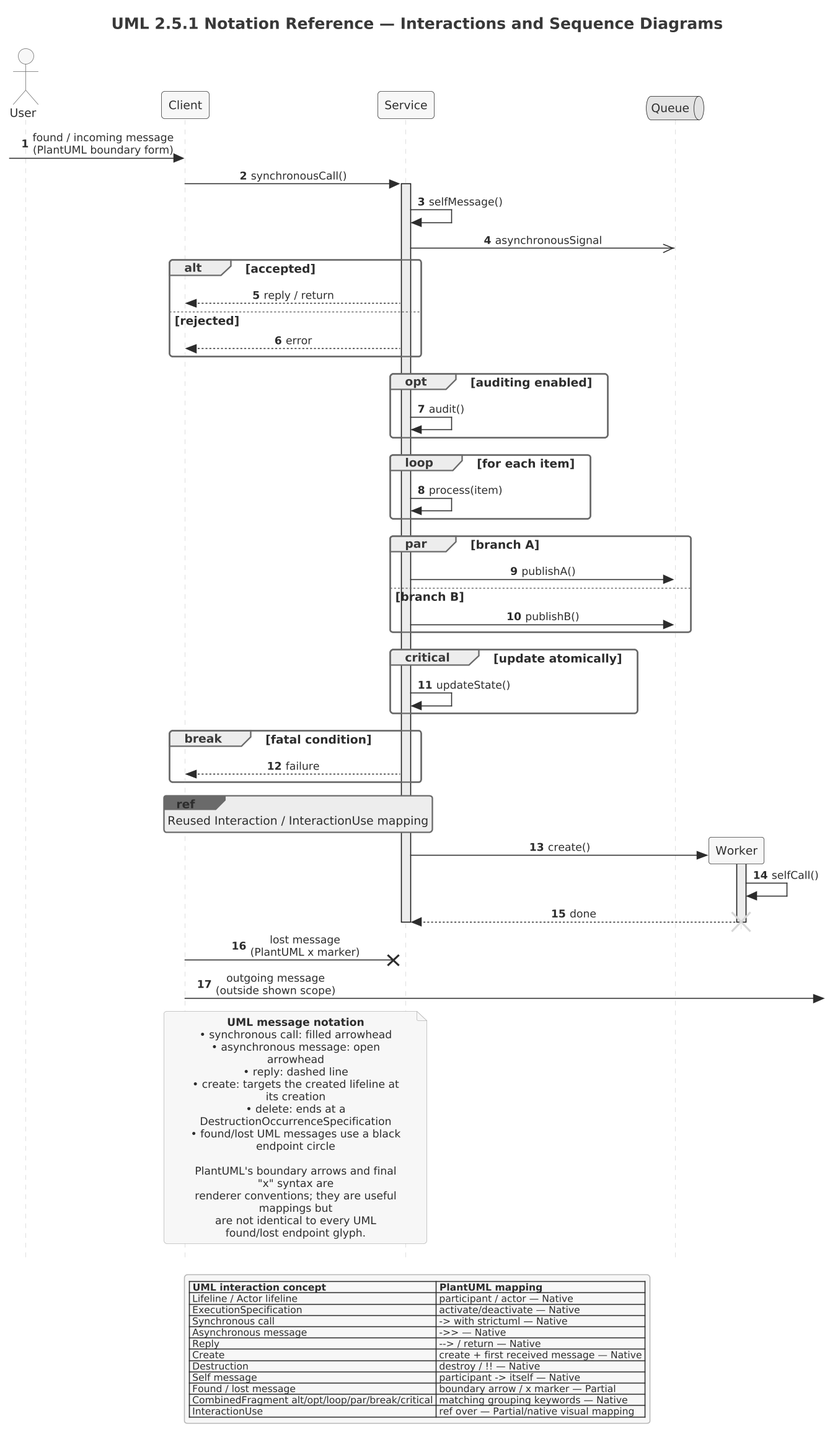
Before: src/architecture/uml/uml-2-5-1-legend/png/08-interactions-sequence.png, a diagram exported from PlantUML (Notoriousjayy/latex-docs). Source of this version:
```plantuml
@startuml

skinparam dpi 150



!include ../../../../tooling/styles/plantuml/interaction/sequence-diagram-style.iuml

title UML 2.5.1 Notation Reference — Interactions and Sequence Diagrams
skinparam monochrome true
skinparam style strictuml
hide footbox

actor User
participant "Client" as Client
participant "Service" as Service
queue "Queue" as Queue

autonumber

[-> Client : found / incoming message\n(PlantUML boundary form)

Client -> Service : synchronousCall()
activate Service

Service -> Service : selfMessage()

Service ->> Queue : asynchronousSignal

alt accepted
  Service --> Client : reply / return
else rejected
  Service --> Client : error
end

opt auditing enabled
  Service -> Service : audit()
end

loop for each item
  Service -> Service : process(item)
end

par branch A
  Service -> Queue : publishA()
else branch B
  Service -> Queue : publishB()
end

critical update atomically
  Service -> Service : updateState()
end

break fatal condition
  Service --> Client : failure
end

ref over Client, Service : Reused Interaction / InteractionUse mapping

create Worker
Service -> Worker : create()
activate Worker
Worker -> Worker : selfCall()
Worker --> Service : done
destroy Worker

deactivate Service

Client ->x Service : lost message\n(PlantUML x marker)
Client ->] : outgoing message\n(outside shown scope)

note over Client,Service
  <b>UML message notation</b>
  • synchronous call: filled arrowhead
  • asynchronous message: open arrowhead
  • reply: dashed line
  • create: targets the created lifeline at its creation
  • delete: ends at a DestructionOccurrenceSpecification
  • found/lost UML messages use a black endpoint circle

  PlantUML's boundary arrows and final "x" syntax are
  renderer conventions; they are useful mappings but
  are not identical to every UML found/lost endpoint glyph.
end note

legend
  |= UML interaction concept |= PlantUML mapping |
  | Lifeline / Actor lifeline | participant / actor — Native |
  | ExecutionSpecification | activate/deactivate — Native |
  | Synchronous call | -> with strictuml — Native |
  | Asynchronous message | ->> — Native |
  | Reply | --> / return — Native |
  | Create | create + first received message — Native |
  | Destruction | destroy / !! — Native |
  | Self message | participant -> itself — Native |
  | Found / lost message | boundary arrow / x marker — Partial |
  | CombinedFragment alt/opt/loop/par/break/critical | matching grouping keywords — Native |
  | InteractionUse | ref over — Partial/native visual mapping |
endlegend
@enduml
```
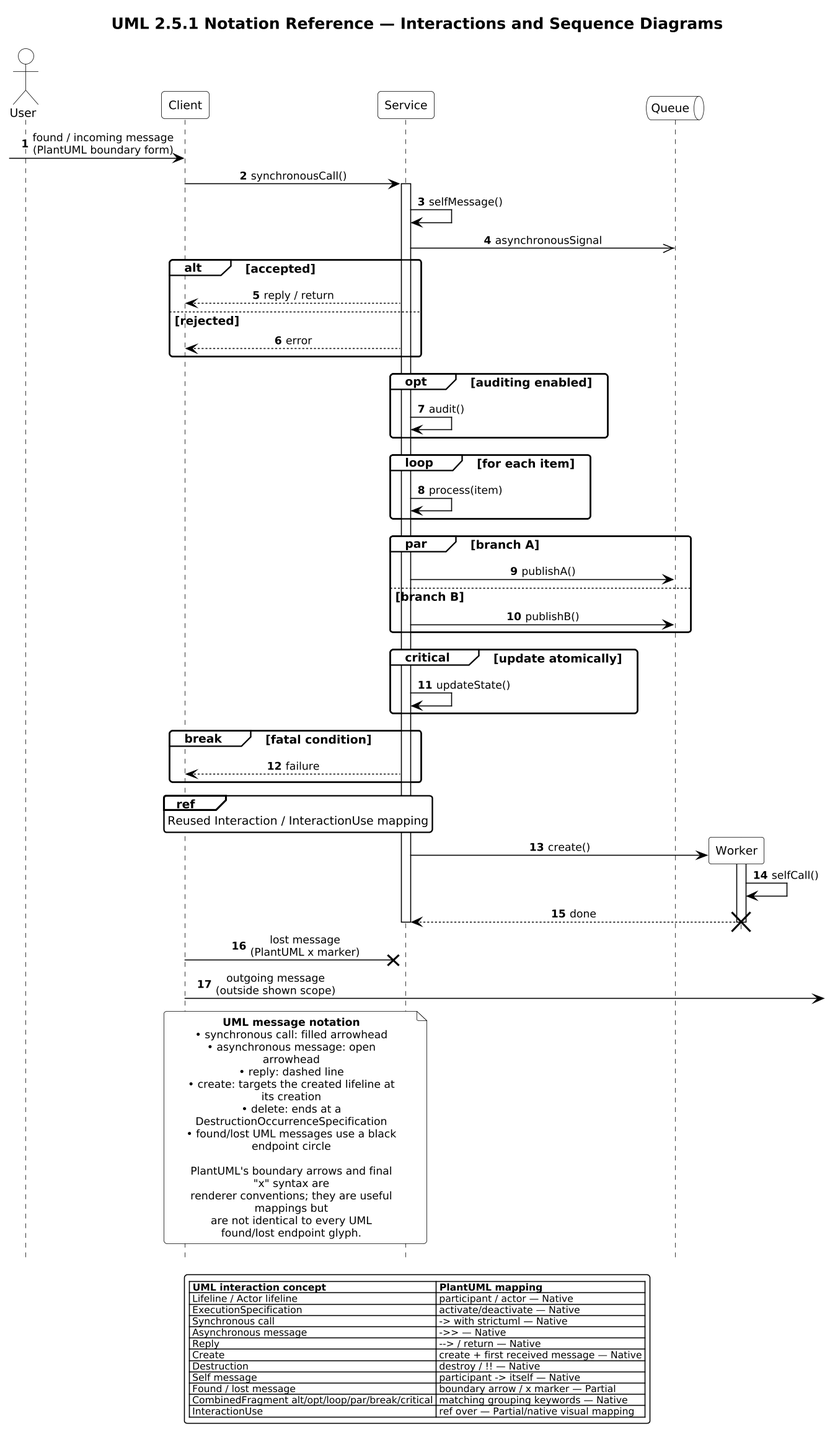
After the commit.

Diff of the diagram source:
```diff
@@ -1,14 +1,13 @@
 @startuml
 
-skinparam dpi 150
+scale 1.5625
 
 
 
 !include ../../../../tooling/styles/plantuml/interaction/sequence-diagram-style.iuml
 
 title UML 2.5.1 Notation Reference — Interactions and Sequence Diagrams
-skinparam monochrome true
-skinparam style strictuml
+UML_MONOCHROME()
 hide footbox
 
 actor User
```
